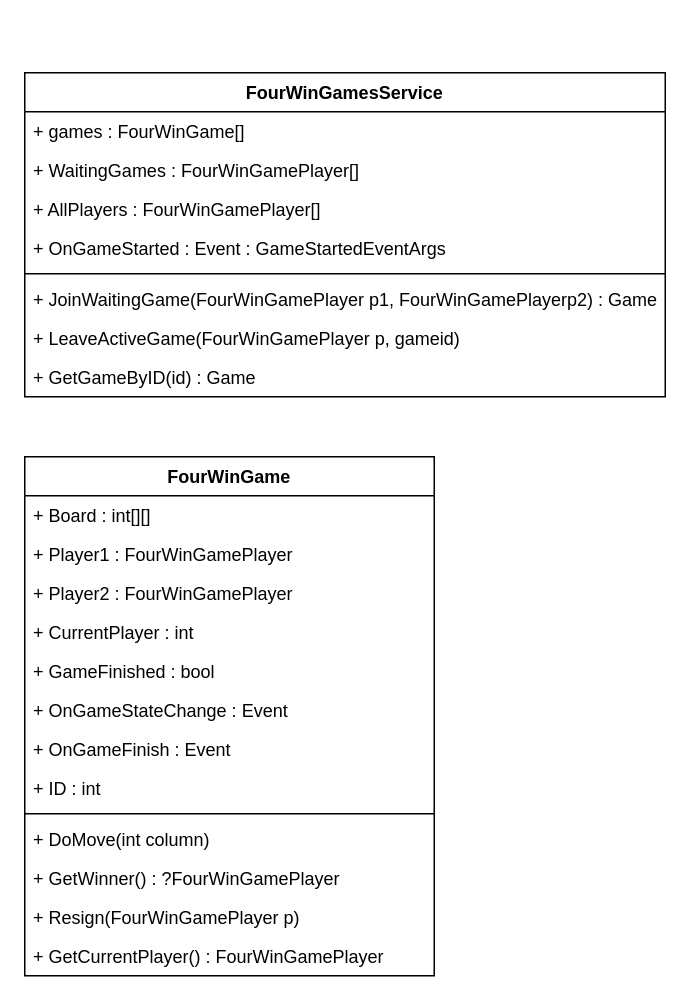
This is page "BusinessLogic" (1 of 4) of 4WinsGame/4WinGame/Architecture/20230217SRs(Klassendiagramme).drawio from JonasKrammerInfoteam/MiniprojektMultiplayerGame, a draw.io file, before an edit. Source tidied: cells renumbered, new cells numbered last; positions are measured from the earlier drawing's top-left corner, leaving out a move shared by most shapes. Both pictures are drawn from the tidied source at 150%, with x=0, y=0 at pixel (24, 72).
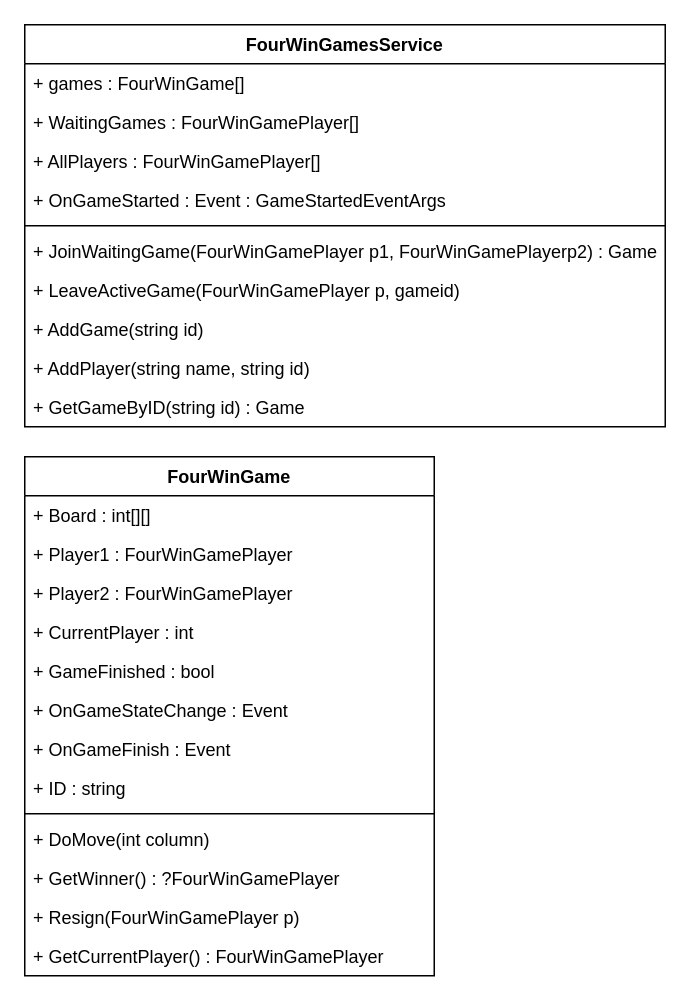
The same page after the edit.

The change refers to these unchanged cells:
```xml
<mxCell id="2" value="FourWinGame" style="swimlane;fontStyle=1;align=center;verticalAlign=top;horizontal=1;startSize=26;" parent="1" vertex="1">
  <mxGeometry y="256" width="273" height="346" as="geometry" />
</mxCell>
```

Diff of the diagram source:
```diff
@@
-    <mxCell id="10" value="+ ID : int" style="text;strokeColor=none;fillColor=none;align=left;verticalAlign=top;spacingLeft=4;spacingRight=4;overflow=hidden;" parent="2" vertex="1">
+    <mxCell id="10" value="+ ID : string" style="text;strokeColor=none;fillColor=none;align=left;verticalAlign=top;spacingLeft=4;spacingRight=4;overflow=hidden;" parent="2" vertex="1">
       <mxGeometry y="208" width="273" height="26" as="geometry" />
     </mxCell>
@@
     <mxCell id="16" value="FourWinGamesService" style="swimlane;fontStyle=1;align=center;verticalAlign=top;horizontal=1;startSize=26;" parent="1" vertex="1">
-      <mxGeometry width="427" height="216" as="geometry" />
+      <mxGeometry y="-32" width="427" height="268" as="geometry" />
     </mxCell>
@@
+    <mxCell id="25" value="+ AddGame(string id)" style="text;strokeColor=none;fillColor=none;align=left;verticalAlign=top;spacingLeft=4;spacingRight=4;overflow=hidden;" parent="16" vertex="1">
+      <mxGeometry y="190" width="427" height="26" as="geometry" />
+    </mxCell>
+    <mxCell id="26" value="+ AddPlayer(string name, string id)" style="text;strokeColor=none;fillColor=none;align=left;verticalAlign=top;spacingLeft=4;spacingRight=4;overflow=hidden;" parent="16" vertex="1">
+      <mxGeometry y="216" width="427" height="26" as="geometry" />
+    </mxCell>
-    <mxCell id="24" value="+ GetGameByID(id) : Game" style="text;strokeColor=none;fillColor=none;align=left;verticalAlign=top;spacingLeft=4;spacingRight=4;overflow=hidden;" parent="16" vertex="1">
-      <mxGeometry y="190" width="427" height="26" as="geometry" />
+    <mxCell id="24" value="+ GetGameByID(string id) : Game" style="text;strokeColor=none;fillColor=none;align=left;verticalAlign=top;spacingLeft=4;spacingRight=4;overflow=hidden;" parent="16" vertex="1">
+      <mxGeometry y="242" width="427" height="26" as="geometry" />
     </mxCell>
```
